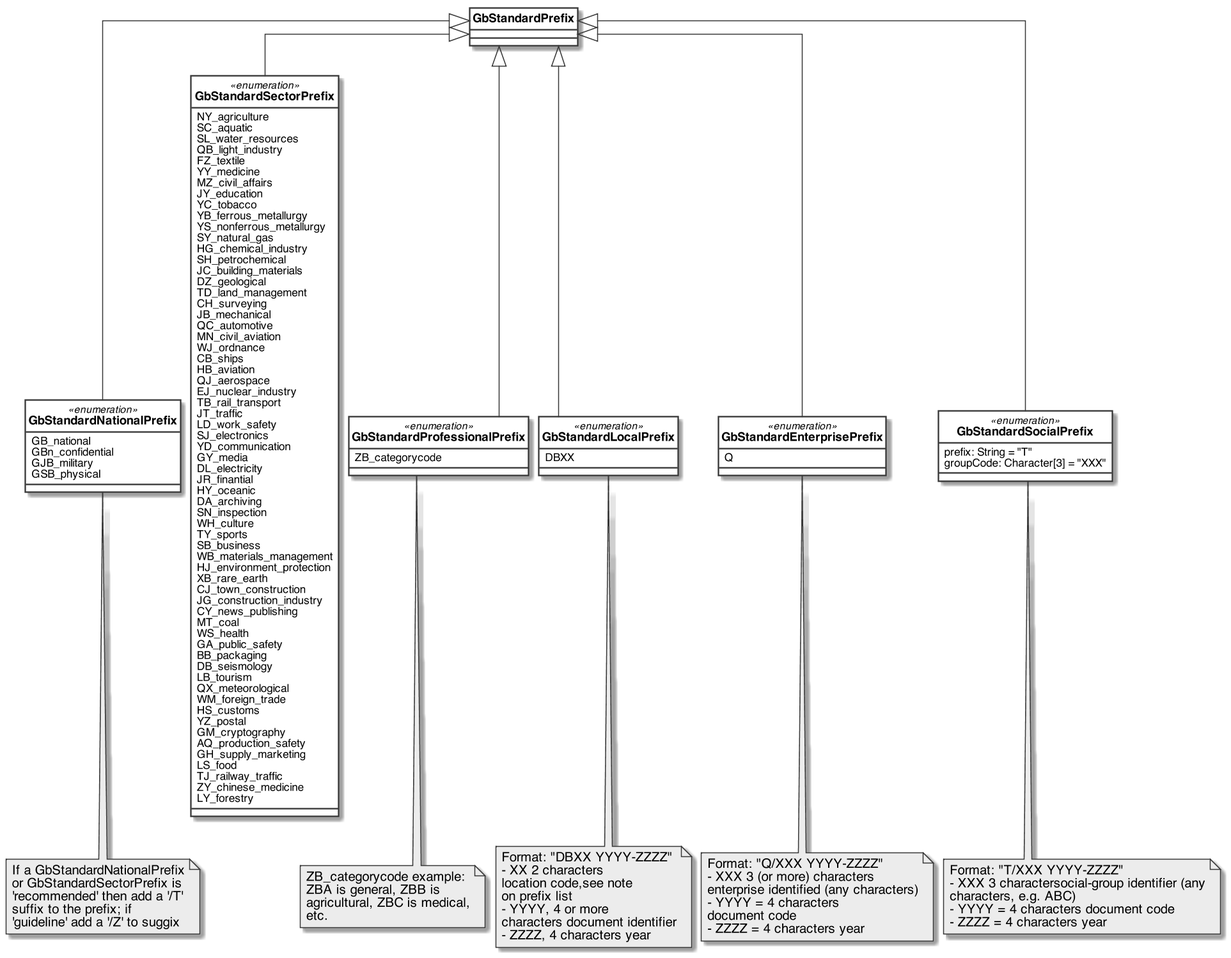
Before: gb/images/GbDoc_GbStandardPrefix.png, a diagram exported from PlantUML (metanorma/standoc-models). Source of this version:
```plantuml
@startuml GbDoc_GbStandardPrefix

skinparam classAttributeIconSize 0
skinparam Dpi 150
skinparam Monochrome true
skinparam LineType ortho
skinparam nodesep 10
skinparam ranksep 30
hide circle
skinparam Default {
TextAlignment center
FontName Helvetica
}
skinparam Class {
AttributeIconSize 0
BackgroundColor White
FontStyle bold
StereotypeFontSize 10
}
skinparam Rectangle {
BackgroundColor White
FontStyle bold
FontSize 11
StereotypeFontSize 10
}
skinparam Object {
BackgroundColor White
FontStyle bold
FontSize 11
StereotypeFontSize 10
}

skinparam Entity {
StereotypeFontSize 10
}

class GbStandardPrefix {

}

enum GbStandardNationalPrefix <<enumeration>>{
    GB_national
    GBn_confidential
    GJB_military
    GSB_physical
}

enum GbStandardSectorPrefix <<enumeration>>{
    NY_agriculture
    SC_aquatic
    SL_water_resources
    QB_light_industry
    FZ_textile
    YY_medicine
    MZ_civil_affairs
    JY_education
    YC_tobacco
    YB_ferrous_metallurgy
    YS_nonferrous_metallurgy
    SY_natural_gas
    HG_chemical_industry
    SH_petrochemical
    JC_building_materials
    DZ_geological
    TD_land_management
    CH_surveying
    JB_mechanical
    QC_automotive
    MN_civil_aviation
    WJ_ordnance
    CB_ships
    HB_aviation
    QJ_aerospace
    EJ_nuclear_industry
    TB_rail_transport
    JT_traffic
    LD_work_safety
    SJ_electronics
    YD_communication
    GY_media
    DL_electricity
    JR_finantial
    HY_oceanic
    DA_archiving
    SN_inspection
    WH_culture
    TY_sports
    SB_business
    WB_materials_management
    HJ_environment_protection
    XB_rare_earth
    CJ_town_construction
    JG_construction_industry
    CY_news_publishing
    MT_coal
    WS_health
    GA_public_safety
    BB_packaging
    DB_seismology
    LB_tourism
    QX_meteorological
    WM_foreign_trade
    HS_customs
    YZ_postal
    GM_cryptography
    AQ_production_safety
    GH_supply_marketing
    LS_food
    TJ_railway_traffic
    ZY_chinese_medicine
    LY_forestry
}

enum GbStandardProfessionalPrefix <<enumeration>>{
    ZB_categorycode
}

enum GbStandardLocalPrefix <<enumeration>>{
    DBXX
}

enum GbStandardEnterprisePrefix <<enumeration>>{
    Q
}

enum GbStandardSocialPrefix <<enumeration>>{
    prefix: String = "T"
    groupCode: Character[3] = "XXX"
}

note bottom of GbStandardNationalPrefix: If a GbStandardNationalPrefix\nor GbStandardSectorPrefix is\n'recommended' then add a '/T'\nsuffix to the prefix; if\n'guideline' add a '/Z' to suggix
note bottom of GbStandardProfessionalPrefix: ZB_categorycode example:\nZBA is general, ZBB is\nagricultural, ZBC is medical,\netc.
note bottom of GbStandardLocalPrefix: Format: "DBXX YYYY-ZZZZ"\n- XX 2 characters\nlocation code,see note\non prefix list\n- YYYY, 4 or more\ncharacters document identifier\n- ZZZZ, 4 characters year
note bottom of GbStandardEnterprisePrefix: Format: "Q/XXX YYYY-ZZZZ"\n- XXX 3 (or more) characters\nenterprise identified (any characters)\n- YYYY = 4 characters\ndocument code\n- ZZZZ = 4 characters year
note bottom of GbStandardSocialPrefix: Format: "T/XXX YYYY-ZZZZ"\n- XXX 3 characters\social-group identifier (any\ncharacters, e.g. ABC)\n- YYYY = 4 characters document code\n- ZZZZ = 4 characters year

GbStandardPrefix <|-- GbStandardNationalPrefix
GbStandardPrefix <|-- GbStandardSectorPrefix
GbStandardPrefix <|-- GbStandardProfessionalPrefix
GbStandardPrefix <|-- GbStandardLocalPrefix
GbStandardPrefix <|-- GbStandardEnterprisePrefix
GbStandardPrefix <|-- GbStandardSocialPrefix

@enduml
```
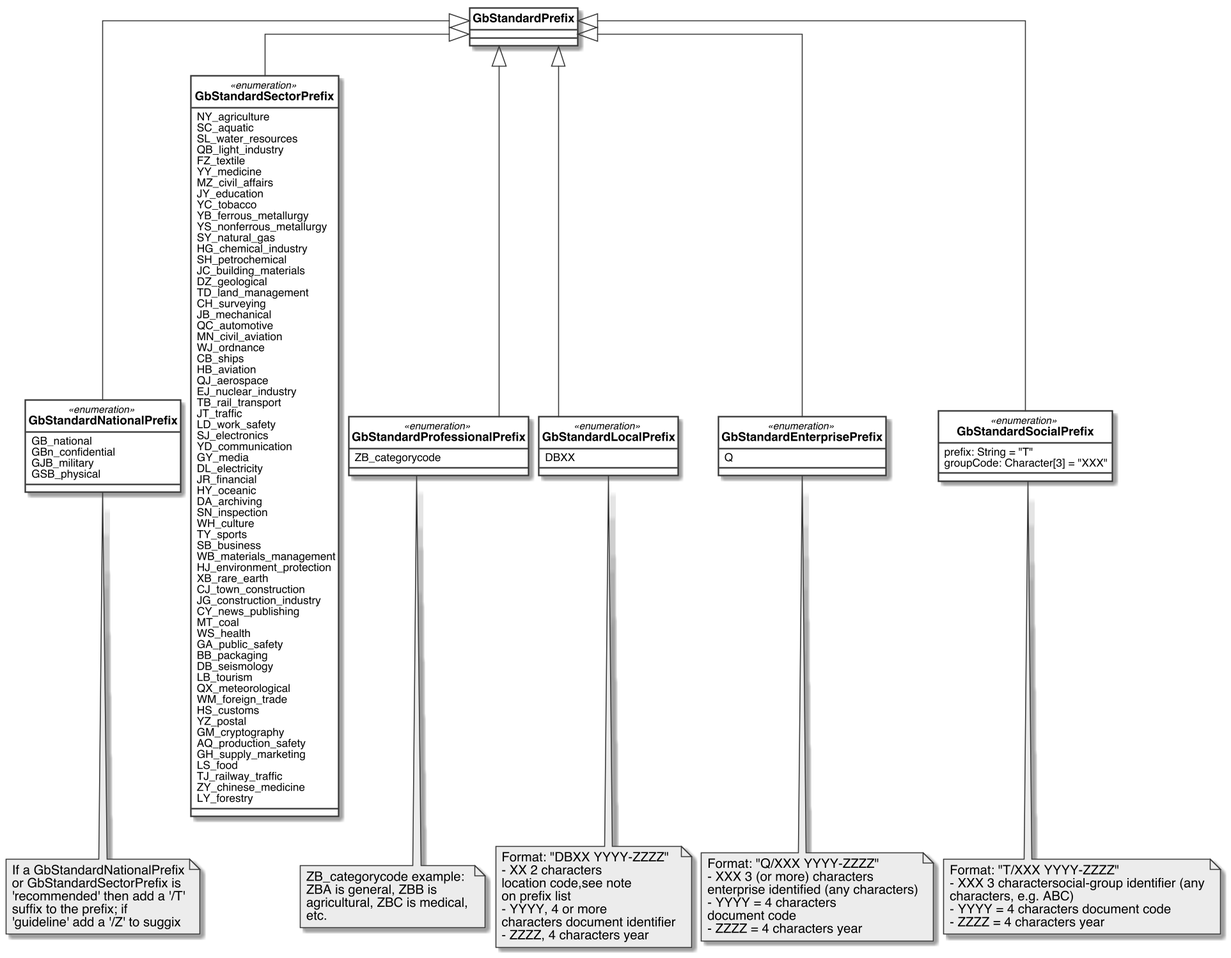
The same diagram one commit later.

Commit message:
Correct typo

Change to the diagram source:
```diff
@@ -79,7 +79,7 @@
     YD_communication
     GY_media
     DL_electricity
-    JR_finantial
+    JR_financial
     HY_oceanic
     DA_archiving
     SN_inspection
```
